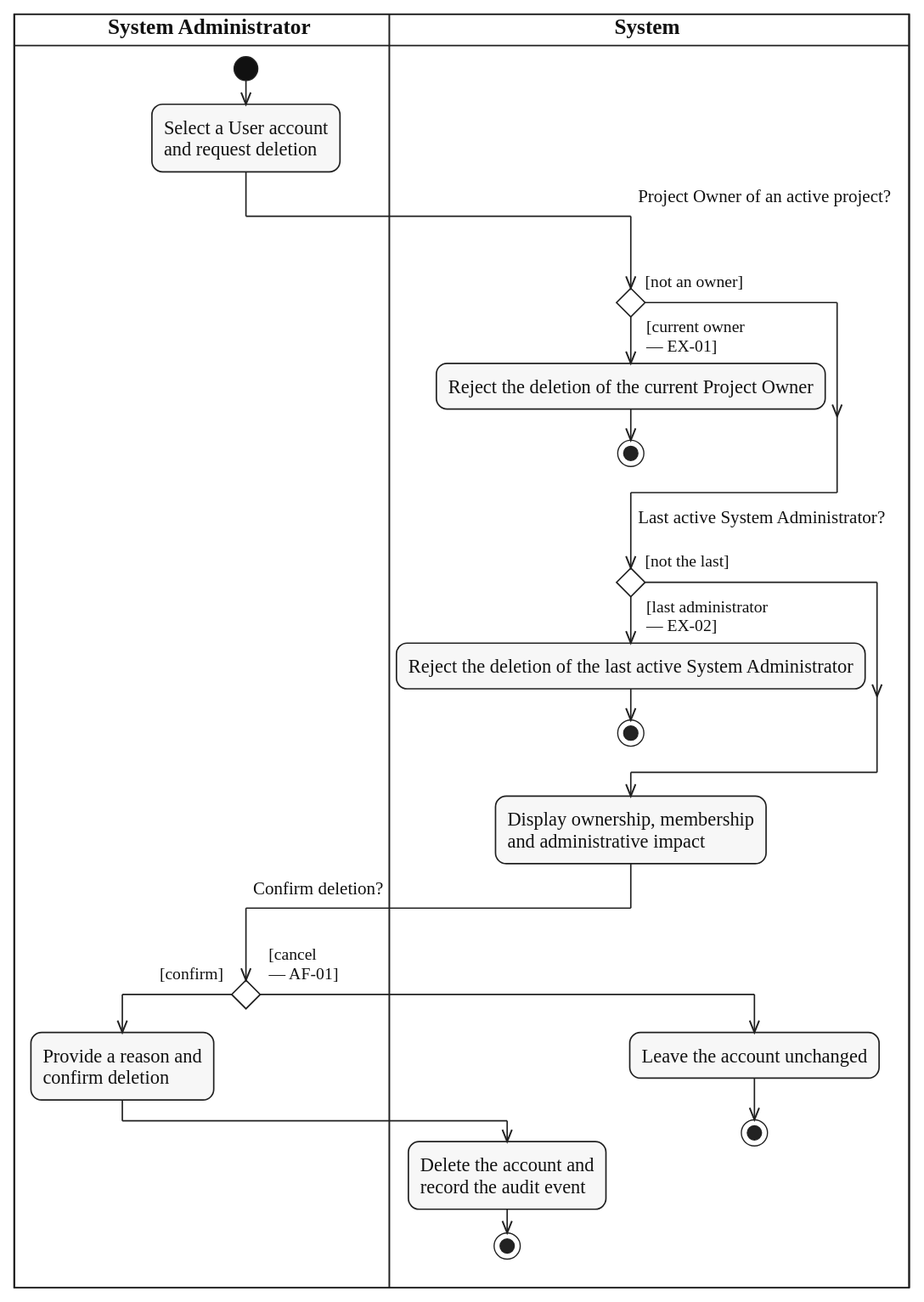
lukenab/swd392-doc-automation keeps this PlantUML diagram as diagrams/activity/system-administration/svg/UC-USER-ACCOUNT-DELETE.svg. Above is the earlier version. Its source is kept beside it as diagrams/activity/system-administration/source/UC-USER-ACCOUNT-DELETE.puml. Source of this version:
```plantuml
@startuml UC-USER-ACCOUNT-DELETE
!include ../../_shared/activity-style.puml
|ADM| $lane_title("System Administrator")
|SYS| $lane_title("System")

|ADM|
start
:Select a User account
and request deletion;
|SYS|
if ($question_x("Project Owner of an active project?")) then ($guard_left("[not an owner]"))
else ($guard_right("[current owner", "— EX-01]"))
  :Reject the deletion of the current Project Owner;
  stop
endif
if ($question("Last active System Administrator?")) then ($guard_left("[not the last]"))
else ($guard_right("[last administrator", "— EX-02]"))
  :Reject the deletion of the last active System Administrator;
  stop
endif
:Display ownership, membership
and administrative impact;
|ADM|
if ($question_x("Confirm deletion?")) then ($guard_left("[confirm]"))
  :Provide a reason and
  confirm deletion;
  |SYS|
  :Delete the account and
  record the audit event;
  stop
else ($guard_right("[cancel", "— AF-01]"))
  |SYS|
  :Leave the account unchanged;
  stop
endif
@enduml
```
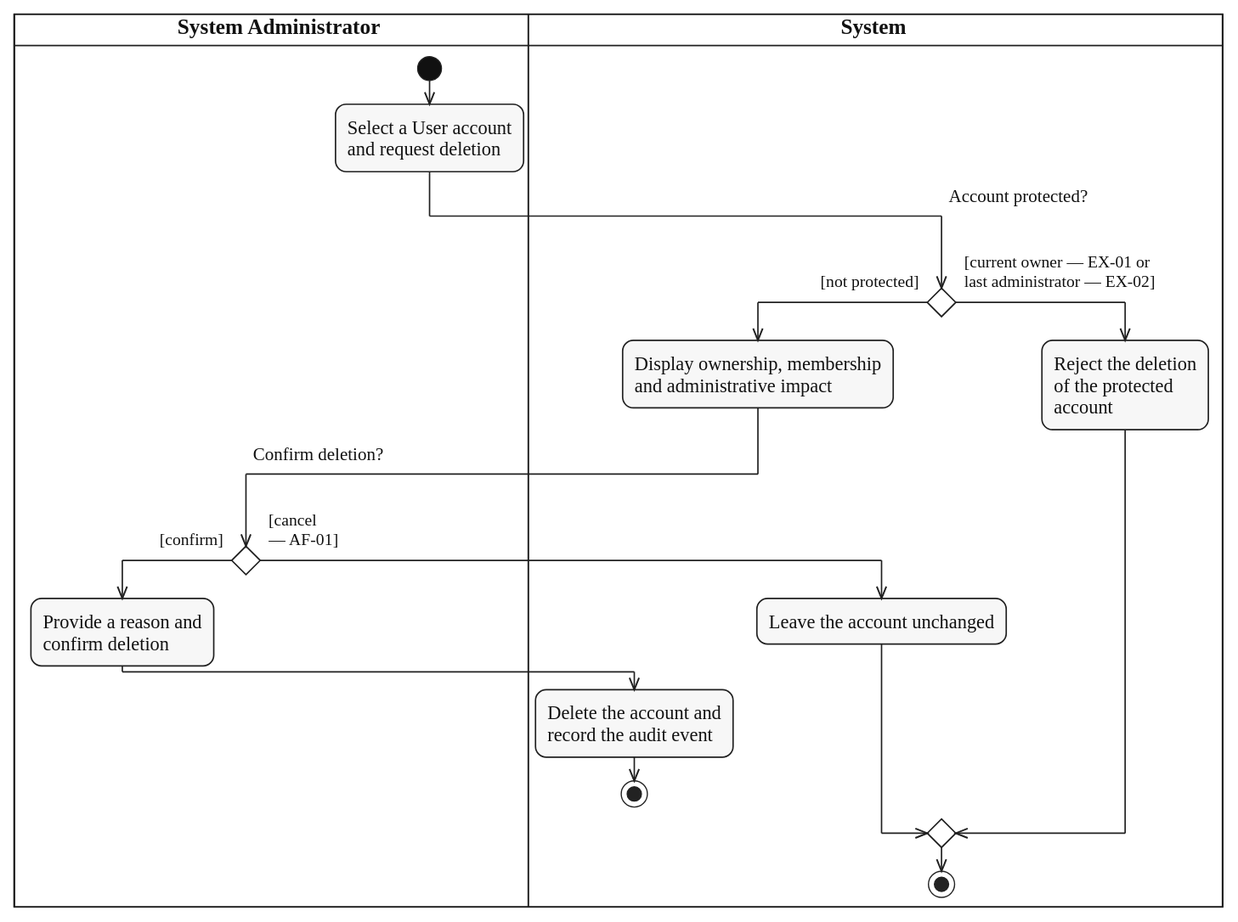
The same diagram one commit later.

Commit message:
docs(activity): merge end nodes in system administration diagrams

The edit, as a diff of the source:
```diff
@@ -8,29 +8,26 @@
 :Select a User account
 and request deletion;
 |SYS|
-if ($question_x("Project Owner of an active project?")) then ($guard_left("[not an owner]"))
-else ($guard_right("[current owner", "— EX-01]"))
-  :Reject the deletion of the current Project Owner;
-  stop
+if ($question_x("Account protected?")) then ($guard_left("[not protected]"))
+  :Display ownership, membership
+  and administrative impact;
+  |ADM|
+  if ($question_x("Confirm deletion?")) then ($guard_left("[confirm]"))
+    :Provide a reason and
+    confirm deletion;
+    |SYS|
+    :Delete the account and
+    record the audit event;
+    stop
+  else ($guard_right("[cancel", "— AF-01]"))
+    |SYS|
+    :Leave the account unchanged;
+  endif
+else ($guard_right("[current owner — EX-01 or", "last administrator — EX-02]"))
+  :Reject the deletion
+  of the protected
+  account;
 endif
-if ($question("Last active System Administrator?")) then ($guard_left("[not the last]"))
-else ($guard_right("[last administrator", "— EX-02]"))
-  :Reject the deletion of the last active System Administrator;
-  stop
-endif
-:Display ownership, membership
-and administrative impact;
-|ADM|
-if ($question_x("Confirm deletion?")) then ($guard_left("[confirm]"))
-  :Provide a reason and
-  confirm deletion;
-  |SYS|
-  :Delete the account and
-  record the audit event;
-  stop
-else ($guard_right("[cancel", "— AF-01]"))
-  |SYS|
-  :Leave the account unchanged;
-  stop
-endif
+|SYS|
+stop
 @enduml
```
